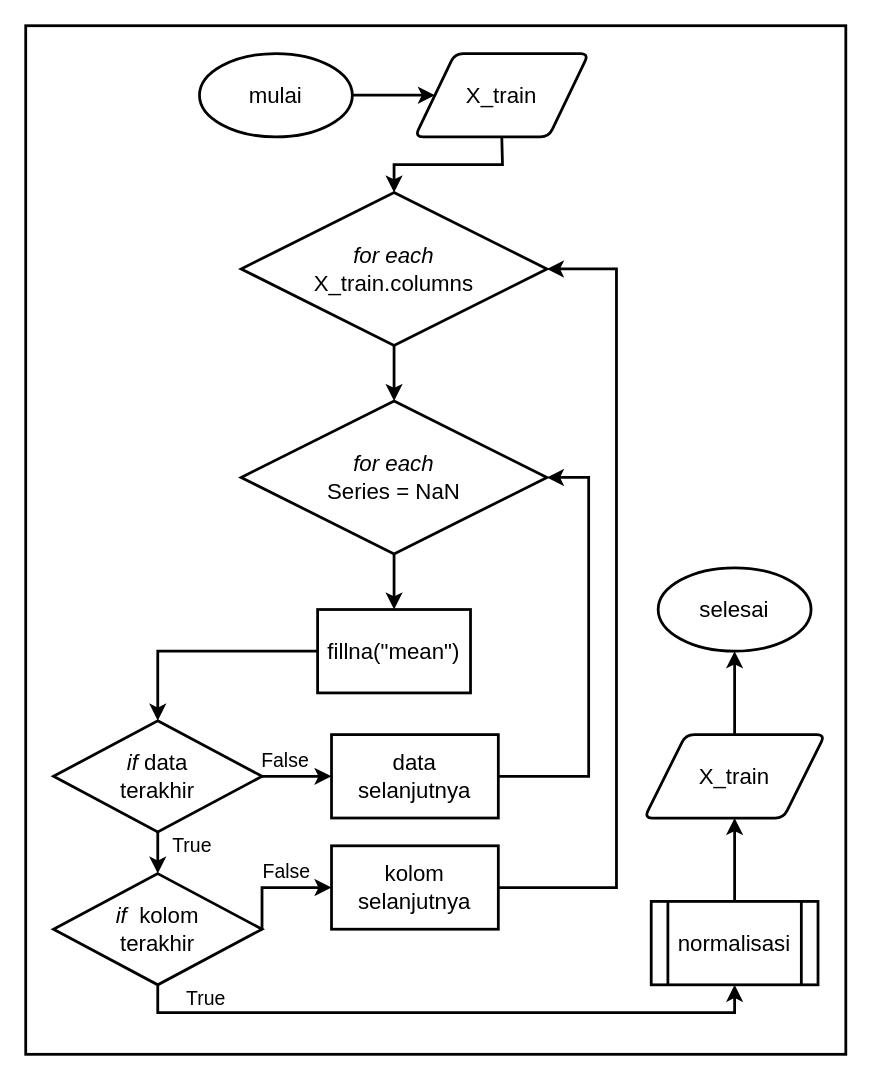
This is Images/flowchart_prep_numeric.drawio from rshby/skripsi, a draw.io file, before an edit. Source tidied: cells renumbered, new cells numbered last; positions are measured from the earlier drawing's top-left corner, leaving out a move shared by most shapes. Both pictures are drawn from the tidied source at 139%, with x=0, y=0 at pixel (25, 25).
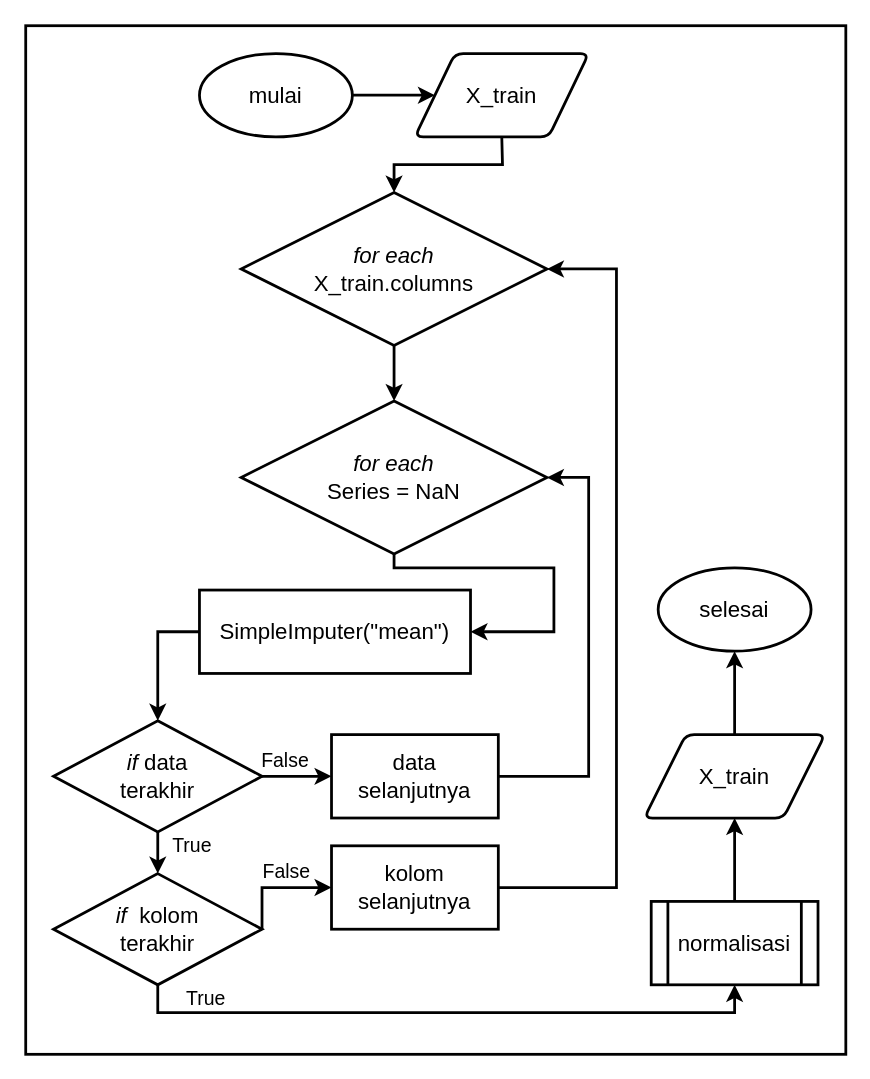
After the change.

The change refers to these unchanged cells:
```xml
<mxCell id="2" style="group;" parent="1" vertex="1">
  <mxGeometry width="590" height="740" as="geometry" />
</mxCell>
<mxCell id="13" value="&lt;font style=&quot;font-size: 16px&quot;&gt;&lt;i&gt;for each&lt;/i&gt;&lt;br&gt;Series = NaN&lt;/font&gt;" style="rhombus;whiteSpace=wrap;html=1;strokeWidth=2;" parent="2" vertex="1">
  <mxGeometry x="155" y="270" width="220" height="110" as="geometry" />
</mxCell>
<mxCell id="17" value="&lt;font style=&quot;font-size: 16px&quot;&gt;&lt;i&gt;if&lt;/i&gt;&amp;nbsp;data&lt;br&gt;terakhir&lt;/font&gt;" style="rhombus;whiteSpace=wrap;html=1;strokeWidth=2;" parent="2" vertex="1">
  <mxGeometry x="20" y="500" width="150" height="80" as="geometry" />
</mxCell>
```

Change to the diagram source:
```diff
@@
-    <mxCell id="15" value="&lt;font style=&quot;font-size: 16px&quot;&gt;fillna(&quot;mean&quot;)&lt;/font&gt;" style="rounded=0;whiteSpace=wrap;html=1;strokeWidth=2;" parent="2" vertex="1">
-      <mxGeometry x="210" y="420" width="110" height="60" as="geometry" />
+    <mxCell id="15" value="&lt;font style=&quot;font-size: 16px&quot;&gt;SimpleImputer(&quot;mean&quot;)&lt;/font&gt;" style="rounded=0;whiteSpace=wrap;html=1;strokeWidth=2;" parent="2" vertex="1">
+      <mxGeometry x="125" y="406" width="195" height="60" as="geometry" />
     </mxCell>
-    <mxCell id="16" style="endArrow=classic;html=1;strokeWidth=2;exitX=0.5;exitY=1;exitDx=0;exitDy=0;entryX=0.5;entryY=0;entryDx=0;entryDy=0;" parent="2" edge="1" source="13" target="15">
-      <mxGeometry as="geometry" />
+    <mxCell id="16" style="endArrow=classic;html=1;strokeWidth=2;exitX=0.5;exitY=1;exitDx=0;exitDy=0;entryX=1;entryY=0.5;entryDx=0;entryDy=0;rounded=0;" parent="2" edge="1" source="13" target="15">
+      <mxGeometry x="450" y="-140" as="geometry">
+        <Array as="points">
+          <mxPoint x="265" y="390" />
+          <mxPoint x="380" y="390" />
+          <mxPoint x="380" y="436" />
+        </Array>
+      </mxGeometry>
     </mxCell>
@@
-    <mxCell id="21" style="endArrow=classic;html=1;strokeWidth=2;exitX=0;exitY=0.5;exitDx=0;exitDy=0;entryX=0.5;entryY=0;entryDx=0;entryDy=0;rounded=0;" parent="2" edge="1" source="15" target="17">
-      <mxGeometry as="geometry">
-        <Array as="points">
-          <mxPoint x="95" y="450" />
-        </Array>
-      </mxGeometry>
-    </mxCell>
@@
+    <mxCell id="21" style="endArrow=classic;html=1;strokeWidth=2;exitX=0;exitY=0.5;exitDx=0;exitDy=0;entryX=0.5;entryY=0;entryDx=0;entryDy=0;rounded=0;" parent="2" edge="1" source="15" target="17">
+      <mxGeometry as="geometry">
+        <Array as="points">
+          <mxPoint x="95" y="436" />
+        </Array>
+      </mxGeometry>
+    </mxCell>
```
